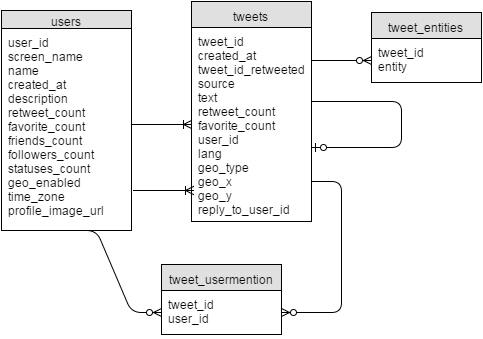
dvillaj/NoSQL keeps this draw.io diagram as postgresql/images/Twitter Model.png. Above is the earlier version. Source tidied: cells renumbered, new cells last; positions are measured from the earlier drawing's top-left corner, leaving out a move shared by most shapes. The source it was exported from:
```xml
<mxGraphModel background="#ffffff">
  <root>
    <mxCell id="0" />
    <mxCell id="1" parent="0" />
    <mxCell id="2" value="users" style="swimlane;html=1;fontStyle=0;horizontal=1;startSize=18;fillColor=#e0e0e0;swimlaneFillColor=#ffffff;" parent="1" vertex="1">
      <mxGeometry y="9" width="130" height="220" as="geometry" />
    </mxCell>
    <mxCell id="3" value="user_id&lt;div&gt;screen_name&lt;br&gt;&lt;/div&gt;&lt;div&gt;name&lt;br&gt;&lt;/div&gt;&lt;div&gt;created_at&lt;br&gt;&lt;/div&gt;&lt;div&gt;description&lt;br&gt;&lt;/div&gt;&lt;div&gt;retweet_count&lt;br&gt;&lt;/div&gt;&lt;div&gt;favorite_count&lt;br&gt;&lt;/div&gt;&lt;div&gt;friends_count&lt;br&gt;&lt;/div&gt;&lt;div&gt;followers_count&lt;br&gt;&lt;/div&gt;&lt;div&gt;statuses_count&lt;br&gt;&lt;/div&gt;&lt;div&gt;geo_enabled&lt;br&gt;&lt;/div&gt;&lt;div&gt;time_zone&lt;br&gt;&lt;/div&gt;&lt;div&gt;profile_image_url&lt;br&gt;&lt;/div&gt;" style="text;html=1;strokeColor=none;fillColor=none;spacingLeft=4;spacingRight=4;whiteSpace=wrap;overflow=hidden;points=[[0,0.5],[1,0.5]];portConstraint=eastwest;" parent="2" vertex="1">
      <mxGeometry y="18" width="130" height="202" as="geometry" />
    </mxCell>
    <mxCell id="4" value="tweets" style="swimlane;html=1;fontStyle=0;horizontal=1;startSize=26;fillColor=#e0e0e0;swimlaneFillColor=#ffffff;" parent="1" vertex="1">
      <mxGeometry x="190" width="120" height="220" as="geometry" />
    </mxCell>
    <mxCell id="5" value="tweet_id&lt;div&gt;created_at&lt;br&gt;&lt;/div&gt;&lt;div&gt;tweet_id_retweeted&lt;br&gt;&lt;/div&gt;&lt;div&gt;source&lt;br&gt;&lt;/div&gt;&lt;div&gt;text&lt;br&gt;&lt;/div&gt;&lt;div&gt;retweet_count&lt;br&gt;&lt;/div&gt;&lt;div&gt;favorite_count&lt;br&gt;&lt;/div&gt;&lt;div&gt;user_id&lt;br&gt;&lt;/div&gt;&lt;div&gt;lang&lt;br&gt;&lt;/div&gt;&lt;div&gt;geo_type&lt;br&gt;&lt;/div&gt;&lt;div&gt;geo_x&lt;br&gt;&lt;/div&gt;&lt;div&gt;geo_y&lt;br&gt;&lt;/div&gt;&lt;div&gt;reply_to_user_id&lt;br&gt;&lt;/div&gt;&lt;div&gt;&lt;br&gt;&lt;/div&gt;" style="text;html=1;strokeColor=none;fillColor=none;spacingLeft=4;spacingRight=4;whiteSpace=wrap;overflow=hidden;points=[[0,0.5],[1,0.5]];portConstraint=eastwest;" parent="4" vertex="1">
      <mxGeometry y="26" width="120" height="194" as="geometry" />
    </mxCell>
    <mxCell id="6" style="edgeStyle=entityRelationEdgeStyle;html=1;endArrow=ERzeroToOne;endFill=1;" parent="4" edge="1" source="5" target="5">
      <mxGeometry relative="1" as="geometry">
        <Array as="points">
          <mxPoint x="210" y="100" />
        </Array>
      </mxGeometry>
    </mxCell>
    <mxCell id="7" style="edgeStyle=entityRelationEdgeStyle;html=1;endArrow=ERoneToMany;" parent="1" edge="1" target="5">
      <mxGeometry relative="1" as="geometry">
        <mxPoint x="130" y="123" as="sourcePoint" />
      </mxGeometry>
    </mxCell>
    <mxCell id="8" value="tweet_usermention" style="swimlane;html=1;fontStyle=0;horizontal=1;startSize=26;fillColor=#e0e0e0;swimlaneFillColor=#ffffff;" parent="1" vertex="1">
      <mxGeometry x="160" y="263" width="120" height="70" as="geometry" />
    </mxCell>
    <mxCell id="9" value="tweet_id&lt;div&gt;user_id&lt;br&gt;&lt;/div&gt;" style="text;html=1;strokeColor=none;fillColor=none;spacingLeft=4;spacingRight=4;whiteSpace=wrap;overflow=hidden;points=[[0,0.5],[1,0.5]];portConstraint=eastwest;" parent="8" vertex="1">
      <mxGeometry y="26" width="120" height="44" as="geometry" />
    </mxCell>
    <mxCell id="10" value="tweet_entities" style="swimlane;html=1;fontStyle=0;horizontal=1;startSize=26;fillColor=#e0e0e0;swimlaneFillColor=#ffffff;" parent="1" vertex="1">
      <mxGeometry x="370" y="11" width="110" height="70" as="geometry" />
    </mxCell>
    <mxCell id="11" value="tweet_id&lt;div&gt;entity&lt;br&gt;&lt;/div&gt;" style="text;html=1;strokeColor=none;fillColor=none;spacingLeft=4;spacingRight=4;whiteSpace=wrap;overflow=hidden;points=[[0,0.5],[1,0.5]];portConstraint=eastwest;" parent="10" vertex="1">
      <mxGeometry y="26" width="110" height="44" as="geometry" />
    </mxCell>
    <mxCell id="12" style="edgeStyle=entityRelationEdgeStyle;html=1;endArrow=ERzeroToMany;endFill=1;exitX=1;exitY=0.794;exitPerimeter=0;" parent="1" edge="1" source="5" target="9">
      <mxGeometry relative="1" as="geometry" />
    </mxCell>
    <mxCell id="13" style="edgeStyle=entityRelationEdgeStyle;html=1;endArrow=ERzeroToMany;endFill=1;entryX=0;entryY=0.5;exitX=0.5;exitY=1;" parent="1" edge="1" source="2" target="9">
      <mxGeometry relative="1" as="geometry" />
    </mxCell>
    <mxCell id="14" style="edgeStyle=entityRelationEdgeStyle;html=1;endArrow=ERzeroToMany;endFill=1;entryX=0;entryY=0.5;exitX=1;exitY=0.17;exitPerimeter=0;" parent="1" edge="1" source="5" target="11">
      <mxGeometry relative="1" as="geometry" />
    </mxCell>
    <mxCell id="15" style="edgeStyle=entityRelationEdgeStyle;html=1;endArrow=ERoneToMany;exitX=1;exitY=0.5;" parent="1" edge="1">
      <mxGeometry x="412" y="319" as="geometry">
        <mxPoint x="132" y="189" as="sourcePoint" />
        <mxPoint x="192" y="189" as="targetPoint" />
      </mxGeometry>
    </mxCell>
  </root>
</mxGraphModel>
```
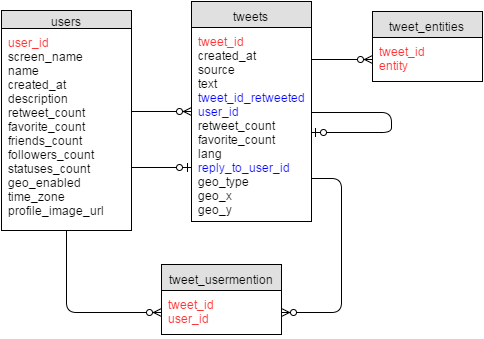
After the change.

Diff of the diagram source:
```diff
@@ -5,53 +5,51 @@
     <mxCell id="2" value="users" style="swimlane;html=1;fontStyle=0;horizontal=1;startSize=18;fillColor=#e0e0e0;swimlaneFillColor=#ffffff;" parent="1" vertex="1">
       <mxGeometry y="9" width="130" height="220" as="geometry" />
     </mxCell>
-    <mxCell id="3" value="user_id&lt;div&gt;screen_name&lt;br&gt;&lt;/div&gt;&lt;div&gt;name&lt;br&gt;&lt;/div&gt;&lt;div&gt;created_at&lt;br&gt;&lt;/div&gt;&lt;div&gt;description&lt;br&gt;&lt;/div&gt;&lt;div&gt;retweet_count&lt;br&gt;&lt;/div&gt;&lt;div&gt;favorite_count&lt;br&gt;&lt;/div&gt;&lt;div&gt;friends_count&lt;br&gt;&lt;/div&gt;&lt;div&gt;followers_count&lt;br&gt;&lt;/div&gt;&lt;div&gt;statuses_count&lt;br&gt;&lt;/div&gt;&lt;div&gt;geo_enabled&lt;br&gt;&lt;/div&gt;&lt;div&gt;time_zone&lt;br&gt;&lt;/div&gt;&lt;div&gt;profile_image_url&lt;br&gt;&lt;/div&gt;" style="text;html=1;strokeColor=none;fillColor=none;spacingLeft=4;spacingRight=4;whiteSpace=wrap;overflow=hidden;points=[[0,0.5],[1,0.5]];portConstraint=eastwest;" parent="2" vertex="1">
+    <mxCell id="3" value="&lt;font color=&quot;#ff3333&quot;&gt;user_id&lt;/font&gt;&lt;div&gt;screen_name&lt;br&gt;&lt;/div&gt;&lt;div&gt;name&lt;br&gt;&lt;/div&gt;&lt;div&gt;created_at&lt;br&gt;&lt;/div&gt;&lt;div&gt;description&lt;br&gt;&lt;/div&gt;&lt;div&gt;retweet_count&lt;br&gt;&lt;/div&gt;&lt;div&gt;favorite_count&lt;br&gt;&lt;/div&gt;&lt;div&gt;friends_count&lt;br&gt;&lt;/div&gt;&lt;div&gt;followers_count&lt;br&gt;&lt;/div&gt;&lt;div&gt;statuses_count&lt;br&gt;&lt;/div&gt;&lt;div&gt;geo_enabled&lt;br&gt;&lt;/div&gt;&lt;div&gt;time_zone&lt;br&gt;&lt;/div&gt;&lt;div&gt;profile_image_url&lt;br&gt;&lt;/div&gt;" style="text;html=1;strokeColor=none;fillColor=none;spacingLeft=4;spacingRight=4;whiteSpace=wrap;overflow=hidden;points=[[0,0.5],[1,0.5]];portConstraint=eastwest;" parent="2" vertex="1">
       <mxGeometry y="18" width="130" height="202" as="geometry" />
     </mxCell>
     <mxCell id="4" value="tweets" style="swimlane;html=1;fontStyle=0;horizontal=1;startSize=26;fillColor=#e0e0e0;swimlaneFillColor=#ffffff;" parent="1" vertex="1">
       <mxGeometry x="190" width="120" height="220" as="geometry" />
     </mxCell>
-    <mxCell id="5" value="tweet_id&lt;div&gt;created_at&lt;br&gt;&lt;/div&gt;&lt;div&gt;tweet_id_retweeted&lt;br&gt;&lt;/div&gt;&lt;div&gt;source&lt;br&gt;&lt;/div&gt;&lt;div&gt;text&lt;br&gt;&lt;/div&gt;&lt;div&gt;retweet_count&lt;br&gt;&lt;/div&gt;&lt;div&gt;favorite_count&lt;br&gt;&lt;/div&gt;&lt;div&gt;user_id&lt;br&gt;&lt;/div&gt;&lt;div&gt;lang&lt;br&gt;&lt;/div&gt;&lt;div&gt;geo_type&lt;br&gt;&lt;/div&gt;&lt;div&gt;geo_x&lt;br&gt;&lt;/div&gt;&lt;div&gt;geo_y&lt;br&gt;&lt;/div&gt;&lt;div&gt;reply_to_user_id&lt;br&gt;&lt;/div&gt;&lt;div&gt;&lt;br&gt;&lt;/div&gt;" style="text;html=1;strokeColor=none;fillColor=none;spacingLeft=4;spacingRight=4;whiteSpace=wrap;overflow=hidden;points=[[0,0.5],[1,0.5]];portConstraint=eastwest;" parent="4" vertex="1">
-      <mxGeometry y="26" width="120" height="194" as="geometry" />
+    <mxCell id="5" value="&lt;font color=&quot;#ff3333&quot;&gt;tweet_id&lt;/font&gt;&lt;div&gt;created_at&lt;br&gt;&lt;/div&gt;&lt;div&gt;&lt;span style=&quot;line-height: 1.2&quot;&gt;source&lt;/span&gt;&lt;br&gt;&lt;/div&gt;&lt;div&gt;text&lt;br&gt;&lt;/div&gt;&lt;div&gt;&lt;span&gt;&lt;font color=&quot;#0000ff&quot;&gt;tweet_id_retweeted&lt;/font&gt;&lt;/span&gt;&lt;br&gt;&lt;/div&gt;&lt;div&gt;&lt;font color=&quot;#0000ff&quot;&gt;user_id&lt;/font&gt;&lt;/div&gt;&lt;div&gt;retweet_count&lt;br&gt;&lt;/div&gt;&lt;div&gt;favorite_count&lt;/div&gt;&lt;div&gt;lang&lt;br&gt;&lt;/div&gt;&lt;div&gt;&lt;span&gt;&lt;font color=&quot;#0000ff&quot;&gt;reply_to_user_id&lt;/font&gt;&lt;/span&gt;&lt;br&gt;&lt;/div&gt;&lt;div&gt;geo_type&lt;br&gt;&lt;/div&gt;&lt;div&gt;geo_x&lt;br&gt;&lt;/div&gt;&lt;div&gt;geo_y&lt;br&gt;&lt;/div&gt;&lt;div&gt;&lt;br&gt;&lt;/div&gt;&lt;div&gt;&lt;br&gt;&lt;/div&gt;" style="text;html=1;strokeColor=none;fillColor=none;spacingLeft=4;spacingRight=4;whiteSpace=wrap;overflow=hidden;points=[[0,0.5],[1,0.5]];portConstraint=eastwest;" parent="4" vertex="1">
+      <mxGeometry y="26" width="120" height="190" as="geometry" />
     </mxCell>
     <mxCell id="6" style="edgeStyle=entityRelationEdgeStyle;html=1;endArrow=ERzeroToOne;endFill=1;" parent="4" edge="1" source="5" target="5">
       <mxGeometry relative="1" as="geometry">
         <Array as="points">
-          <mxPoint x="210" y="100" />
+          <mxPoint x="200" y="130" />
         </Array>
       </mxGeometry>
     </mxCell>
-    <mxCell id="7" style="edgeStyle=entityRelationEdgeStyle;html=1;endArrow=ERoneToMany;" parent="1" edge="1" target="5">
-      <mxGeometry relative="1" as="geometry">
-        <mxPoint x="130" y="123" as="sourcePoint" />
-      </mxGeometry>
-    </mxCell>
     <mxCell id="8" value="tweet_usermention" style="swimlane;html=1;fontStyle=0;horizontal=1;startSize=26;fillColor=#e0e0e0;swimlaneFillColor=#ffffff;" parent="1" vertex="1">
       <mxGeometry x="160" y="263" width="120" height="70" as="geometry" />
     </mxCell>
-    <mxCell id="9" value="tweet_id&lt;div&gt;user_id&lt;br&gt;&lt;/div&gt;" style="text;html=1;strokeColor=none;fillColor=none;spacingLeft=4;spacingRight=4;whiteSpace=wrap;overflow=hidden;points=[[0,0.5],[1,0.5]];portConstraint=eastwest;" parent="8" vertex="1">
+    <mxCell id="9" value="&lt;font color=&quot;#ff3333&quot;&gt;tweet_id&lt;/font&gt;&lt;div&gt;&lt;font color=&quot;#ff3333&quot;&gt;user_id&lt;/font&gt;&lt;br&gt;&lt;/div&gt;" style="text;html=1;strokeColor=none;fillColor=none;spacingLeft=4;spacingRight=4;whiteSpace=wrap;overflow=hidden;points=[[0,0.5],[1,0.5]];portConstraint=eastwest;" parent="8" vertex="1">
       <mxGeometry y="26" width="120" height="44" as="geometry" />
     </mxCell>
     <mxCell id="10" value="tweet_entities" style="swimlane;html=1;fontStyle=0;horizontal=1;startSize=26;fillColor=#e0e0e0;swimlaneFillColor=#ffffff;" parent="1" vertex="1">
-      <mxGeometry x="370" y="11" width="110" height="70" as="geometry" />
+      <mxGeometry x="371" y="10" width="110" height="70" as="geometry" />
     </mxCell>
-    <mxCell id="11" value="tweet_id&lt;div&gt;entity&lt;br&gt;&lt;/div&gt;" style="text;html=1;strokeColor=none;fillColor=none;spacingLeft=4;spacingRight=4;whiteSpace=wrap;overflow=hidden;points=[[0,0.5],[1,0.5]];portConstraint=eastwest;" parent="10" vertex="1">
+    <mxCell id="11" value="&lt;font color=&quot;#ff3333&quot;&gt;tweet_id&lt;/font&gt;&lt;div&gt;&lt;font color=&quot;#ff3333&quot;&gt;entity&lt;/font&gt;&lt;br&gt;&lt;/div&gt;" style="text;html=1;strokeColor=none;fillColor=none;spacingLeft=4;spacingRight=4;whiteSpace=wrap;overflow=hidden;points=[[0,0.5],[1,0.5]];portConstraint=eastwest;" parent="10" vertex="1">
       <mxGeometry y="26" width="110" height="44" as="geometry" />
     </mxCell>
     <mxCell id="12" style="edgeStyle=entityRelationEdgeStyle;html=1;endArrow=ERzeroToMany;endFill=1;exitX=1;exitY=0.794;exitPerimeter=0;" parent="1" edge="1" source="5" target="9">
       <mxGeometry relative="1" as="geometry" />
     </mxCell>
-    <mxCell id="13" style="edgeStyle=entityRelationEdgeStyle;html=1;endArrow=ERzeroToMany;endFill=1;entryX=0;entryY=0.5;exitX=0.5;exitY=1;" parent="1" edge="1" source="2" target="9">
+    <mxCell id="13" style="html=1;endArrow=ERzeroToMany;endFill=1;entryX=0;entryY=0.5;exitX=0.5;exitY=1;edgeStyle=orthogonalEdgeStyle;" parent="1" edge="1" source="2" target="9">
       <mxGeometry relative="1" as="geometry" />
     </mxCell>
     <mxCell id="14" style="edgeStyle=entityRelationEdgeStyle;html=1;endArrow=ERzeroToMany;endFill=1;entryX=0;entryY=0.5;exitX=1;exitY=0.17;exitPerimeter=0;" parent="1" edge="1" source="5" target="11">
       <mxGeometry relative="1" as="geometry" />
     </mxCell>
-    <mxCell id="15" style="edgeStyle=entityRelationEdgeStyle;html=1;endArrow=ERoneToMany;exitX=1;exitY=0.5;" parent="1" edge="1">
-      <mxGeometry x="412" y="319" as="geometry">
-        <mxPoint x="132" y="189" as="sourcePoint" />
-        <mxPoint x="192" y="189" as="targetPoint" />
-      </mxGeometry>
-    </mxCell>
+    <mxCell id="16" style="edgeStyle=entityRelationEdgeStyle;html=1;endArrow=ERzeroToMany;endFill=1;entryX=0;entryY=0.5;exitX=1;exitY=0.17;exitPerimeter=0;" parent="1" edge="1">
+      <mxGeometry x="410" y="240" as="geometry">
+        <mxPoint x="130" y="110" as="sourcePoint" />
+        <mxPoint x="190" y="110" as="targetPoint" />
+      </mxGeometry>
+    </mxCell>
+    <mxCell id="17" style="html=1;endArrow=ERzeroToOne;endFill=1;entryX=0;entryY=0.737;entryPerimeter=0;exitX=1;exitY=0.688;exitPerimeter=0;" parent="1" edge="1" source="3" target="5">
+      <mxGeometry x="600" y="236" as="geometry" />
+    </mxCell>
   </root>
 </mxGraphModel>
```
